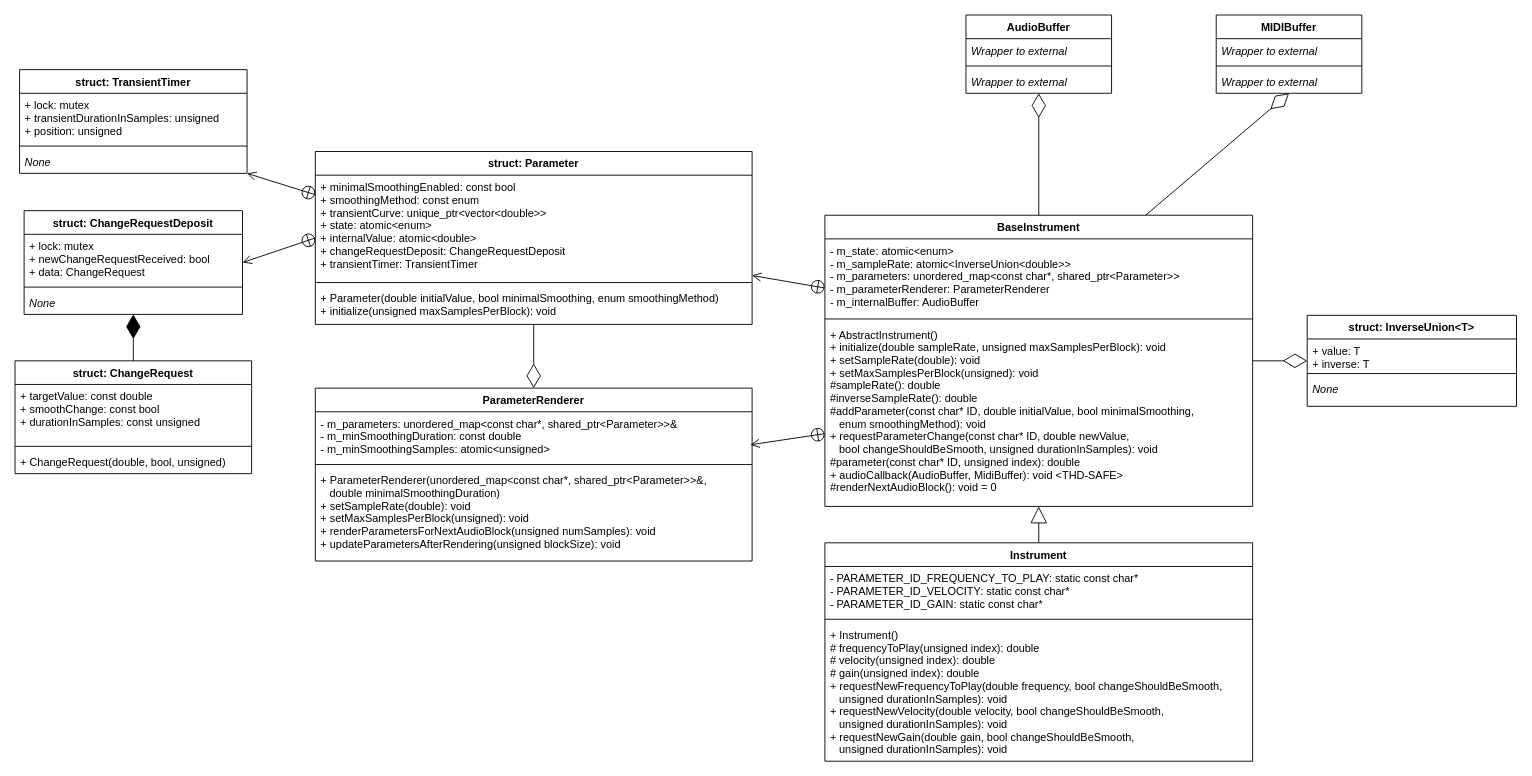
Before: source/core/instrument/_design/Instrument.drawio in ANGLE-Studios/ANGLECORE, a draw.io diagram. Source tidied: cells renumbered, new cells numbered last; positions are measured from the earlier drawing's top-left corner, leaving out a move shared by most shapes. Both pictures are drawn from the tidied source at 91%, with x=0, y=0 at pixel (15, 15).
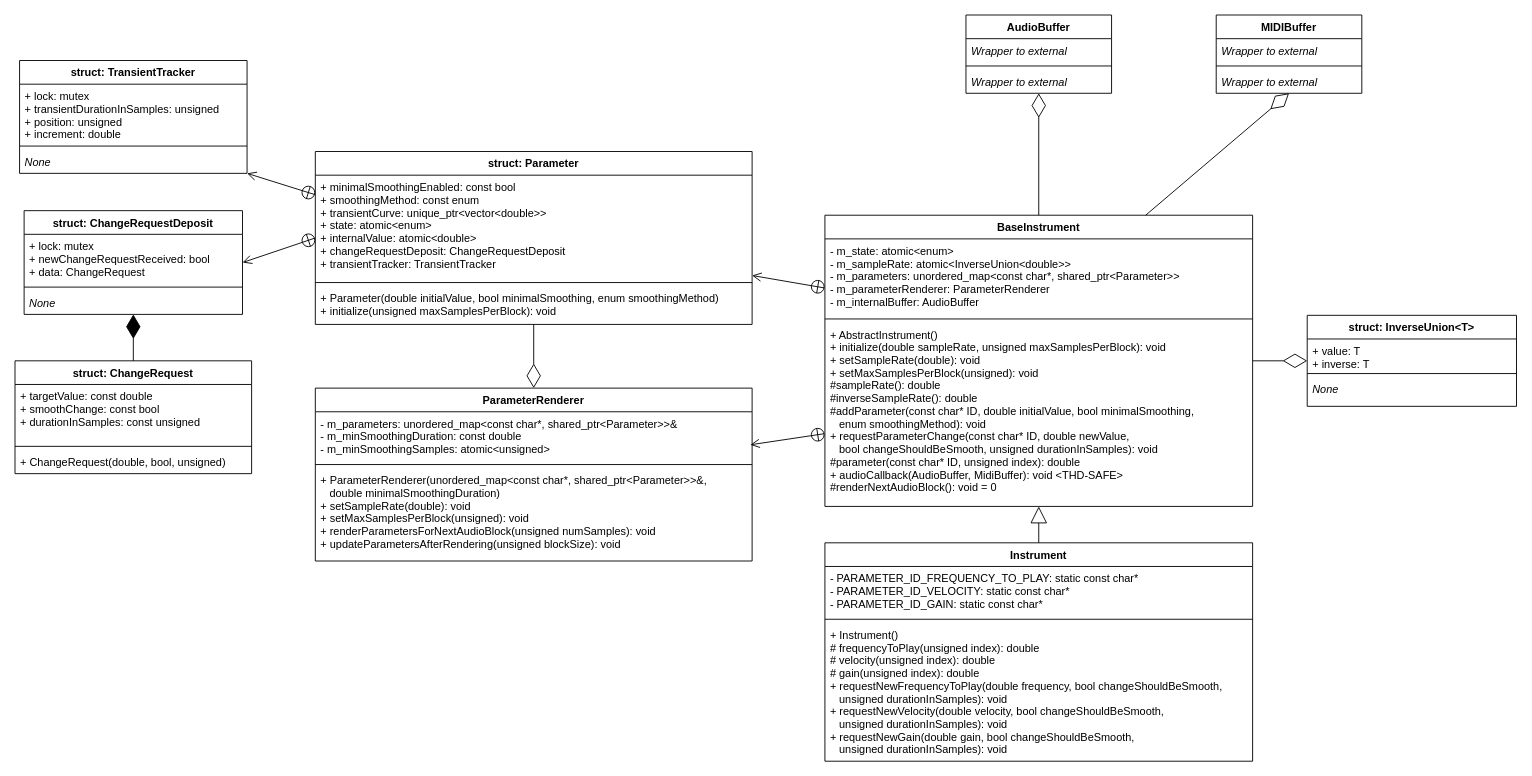
The same page after the edit.

Commit message (it also covers changes not shown here):
Renamed TransientTimer into TransientTracker, and added an internal increment

The change refers to these unchanged cells:
```xml
<mxCell id="19" value="struct: Parameter" style="swimlane;fontStyle=1;align=center;verticalAlign=top;horizontal=1;startSize=26;" parent="1" vertex="1">
  <mxGeometry x="330" y="150" width="480" height="190" as="geometry" />
</mxCell>
```

What changed in the source:
```diff
@@
-    <mxCell id="20" value="+ minimalSmoothingEnabled: const bool&#10;+ smoothingMethod: const enum&#10;+ transientCurve: unique_ptr&lt;vector&lt;double&gt;&gt;&#10;+ state: atomic&lt;enum&gt;&#10;+ internalValue: atomic&lt;double&gt;&#10;+ changeRequestDeposit: ChangeRequestDeposit&#10;+ transientTimer: TransientTimer&#10;&#10;" style="text;strokeColor=none;fillColor=none;align=left;verticalAlign=top;spacingLeft=4;spacingRight=4;overflow=hidden;fontStyle=0;" parent="19" vertex="1">
+    <mxCell id="20" value="+ minimalSmoothingEnabled: const bool&#10;+ smoothingMethod: const enum&#10;+ transientCurve: unique_ptr&lt;vector&lt;double&gt;&gt;&#10;+ state: atomic&lt;enum&gt;&#10;+ internalValue: atomic&lt;double&gt;&#10;+ changeRequestDeposit: ChangeRequestDeposit&#10;+ transientTracker: TransientTracker&#10;&#10;" style="text;strokeColor=none;fillColor=none;align=left;verticalAlign=top;spacingLeft=4;spacingRight=4;overflow=hidden;fontStyle=0;" parent="19" vertex="1">
       <mxGeometry y="26" width="480" height="114" as="geometry" />
     </mxCell>
@@
-    <mxCell id="41" value="struct: TransientTimer" style="swimlane;fontStyle=1;align=center;verticalAlign=top;horizontal=1;startSize=26;" parent="1" vertex="1">
-      <mxGeometry x="5" y="60" width="250" height="114" as="geometry" />
+    <mxCell id="41" value="struct: TransientTracker" style="swimlane;fontStyle=1;align=center;verticalAlign=top;horizontal=1;startSize=26;" parent="1" vertex="1">
+      <mxGeometry x="5" y="50" width="250" height="124" as="geometry" />
     </mxCell>
-    <mxCell id="42" value="+ lock: mutex&#10;+ transientDurationInSamples: unsigned&#10;+ position: unsigned" style="text;strokeColor=none;fillColor=none;align=left;verticalAlign=top;spacingLeft=4;spacingRight=4;overflow=hidden;fontStyle=0;" parent="41" vertex="1">
-      <mxGeometry y="26" width="250" height="54" as="geometry" />
+    <mxCell id="42" value="+ lock: mutex&#10;+ transientDurationInSamples: unsigned&#10;+ position: unsigned&#10;+ increment: double&#10;" style="text;strokeColor=none;fillColor=none;align=left;verticalAlign=top;spacingLeft=4;spacingRight=4;overflow=hidden;fontStyle=0;" parent="41" vertex="1">
+      <mxGeometry y="26" width="250" height="64" as="geometry" />
     </mxCell>
     <mxCell id="43" style="line;strokeWidth=1;fillColor=none;align=left;verticalAlign=middle;spacingTop=-1;spacingLeft=3;spacingRight=3;labelPosition=right;" parent="41" vertex="1">
-      <mxGeometry y="80" width="250" height="8" as="geometry" />
+      <mxGeometry y="90" width="250" height="8" as="geometry" />
     </mxCell>
     <mxCell id="44" value="None" style="text;strokeColor=none;fillColor=none;align=left;verticalAlign=top;spacingLeft=4;spacingRight=4;overflow=hidden;fontStyle=2;" parent="41" vertex="1">
-      <mxGeometry y="88" width="250" height="26" as="geometry" />
+      <mxGeometry y="98" width="250" height="26" as="geometry" />
     </mxCell>
```
